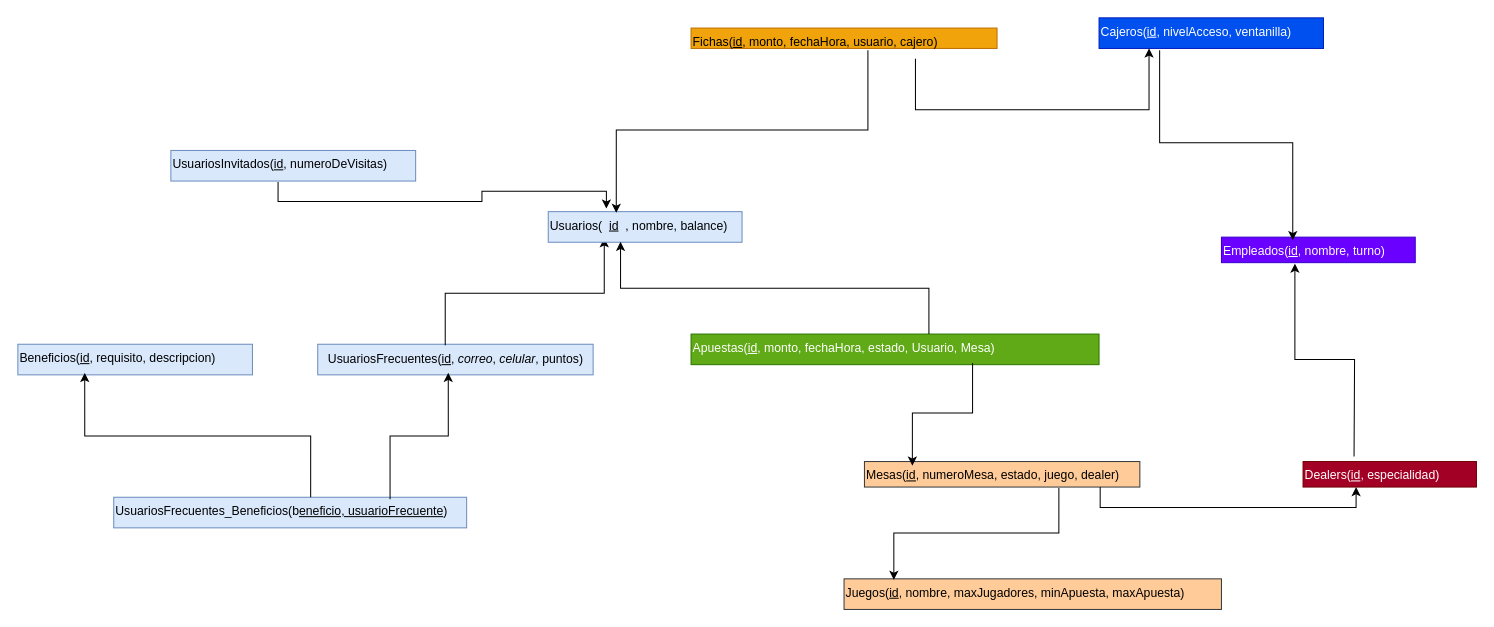
This is Casino.drawio from mamagege/ProyectoBasesCarlosyJuanDiego, a draw.io file, before an edit. Source tidied: cells renumbered, new cells numbered last; positions are measured from the earlier drawing's top-left corner, leaving out a move shared by most shapes. Both pictures are drawn from the tidied source at 102%, with x=0, y=0 at pixel (17, 17).
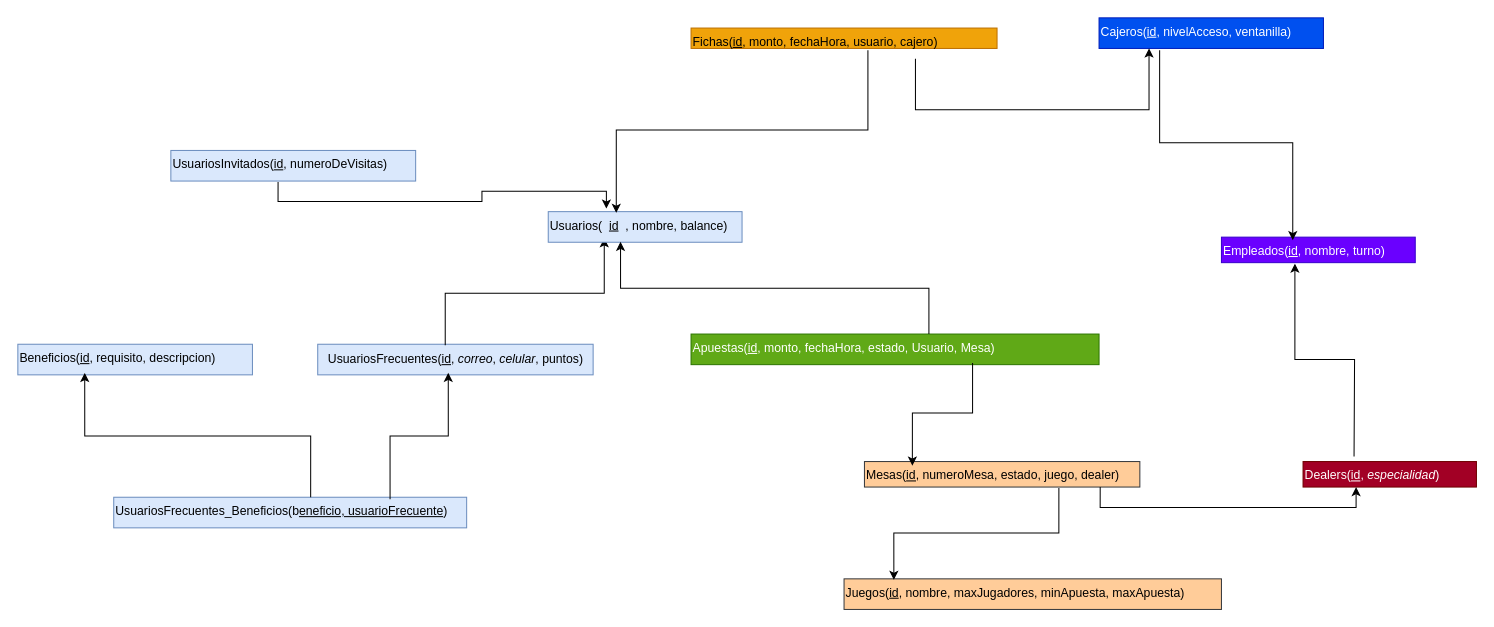
After the change.

The edit, as a diff of the source:
```diff
@@
-    <mxCell id="12" value="Dealers(&lt;u&gt;id&lt;/u&gt;, especialidad)" style="text;whiteSpace=wrap;html=1;fillColor=#a20025;fontColor=#ffffff;strokeColor=#6F0000;" parent="1" vertex="1">
+    <mxCell id="12" value="Dealers(&lt;u&gt;id&lt;/u&gt;, &lt;i&gt;especialidad&lt;/i&gt;)" style="text;whiteSpace=wrap;html=1;fillColor=#a20025;fontColor=#ffffff;strokeColor=#6F0000;" parent="1" vertex="1">
       <mxGeometry x="1260" y="435" width="170" height="25" as="geometry" />
     </mxCell>
```
